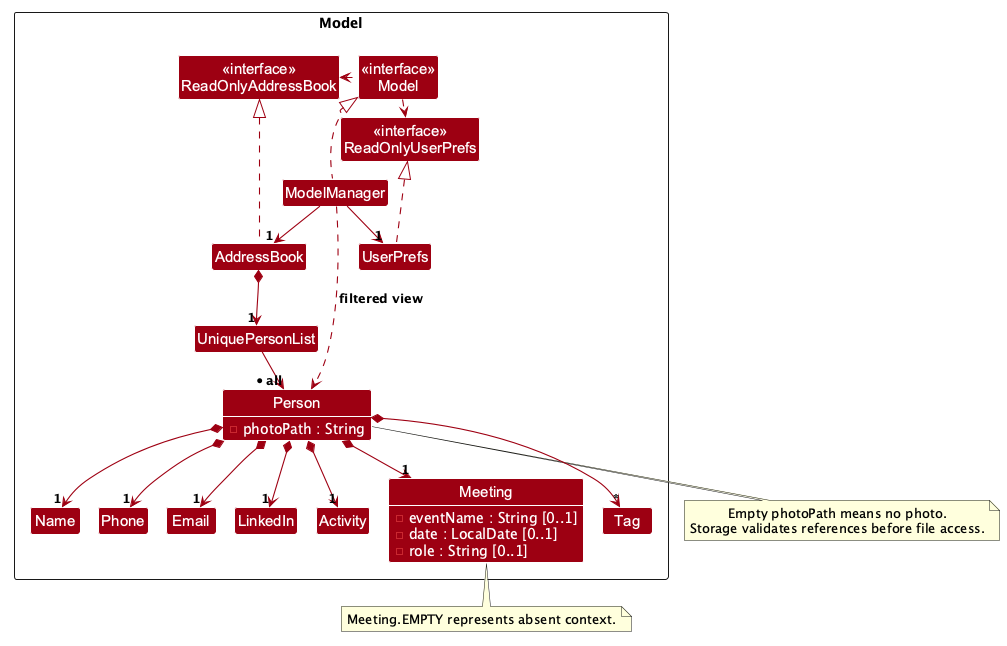
The PlantUML diagram docs/images/ModelClassDiagram.png in AY2627S1-CS2103T-W12-2/tp, before a commit.
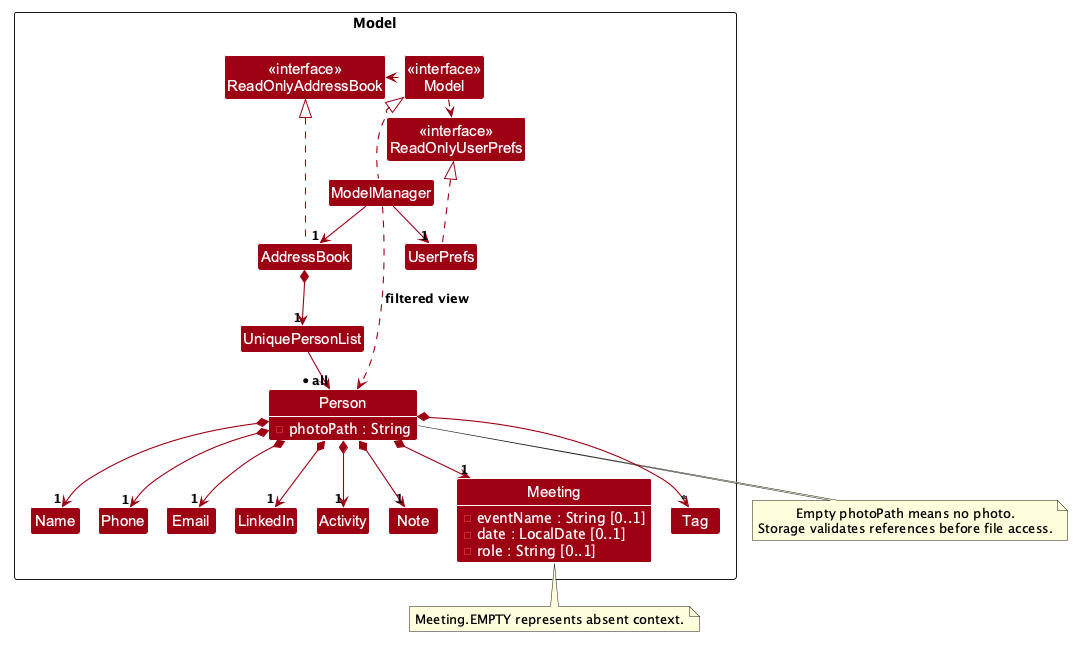
The same diagram one commit later.

Commit message:
Discard obsolete photo requests and correct model diagrams

Change to the diagram source:
```diff
@@ -22,6 +22,7 @@
 class Email
 class LinkedIn
 class Activity
+class Note
 class Meeting {
     - eventName : String [0..1]
     - date : LocalDate [0..1]
@@ -46,6 +47,7 @@
 Person *--> "1" Phone
 Person *--> "1" Email
 Person *--> "1" LinkedIn
+Person *--> "1" Note
 Person *--> "1" Activity
 Person *--> "1" Meeting
 Person *--> "*" Tag
```
